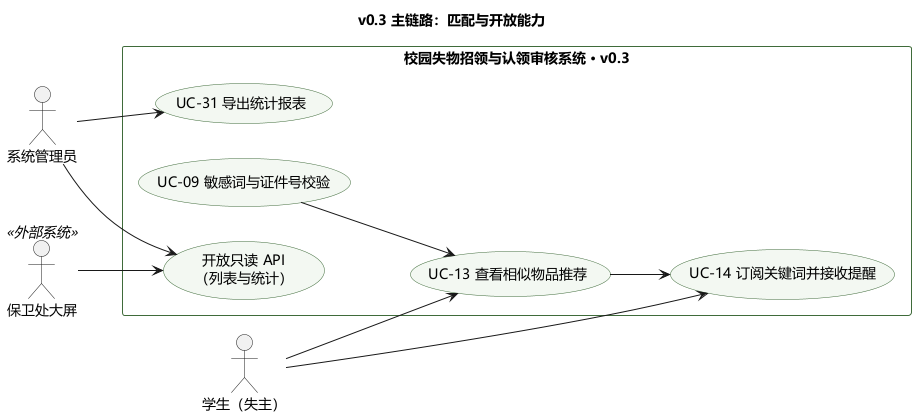
The PlantUML diagram docs/assets/usecase-v03.png in phao90016-jpg/Tongji-campus-lost-found, before a commit. Its diagram source:
```plantuml
@startuml usecase-v03
title v0.3 主链路：匹配与开放能力

skinparam shadowing false
skinparam defaultFontName "Microsoft YaHei"
skinparam usecase {
  BackgroundColor #F3F8F2
  BorderColor #3F6B3A
}
skinparam rectangle {
  BackgroundColor #FFFFFF
  BorderColor #3F6B3A
}
left to right direction

actor "学生（失主）" as STU
actor "系统管理员" as ADMIN
actor "保卫处大屏" as SCREEN <<外部系统>>

rectangle "校园失物招领与认领审核系统 · v0.3" {
  usecase "UC-13 查看相似物品推荐" as UC13
  usecase "UC-14 订阅关键词并接收提醒" as UC14
  usecase "UC-31 导出统计报表" as UC31
  usecase "UC-09 敏感词与证件号校验" as UC09
  usecase "开放只读 API\n（列表与统计）" as API
}

STU --> UC13
STU --> UC14
ADMIN --> UC31
ADMIN --> API

UC13 --> UC14
UC09 --> UC13
SCREEN --> API

@enduml
```
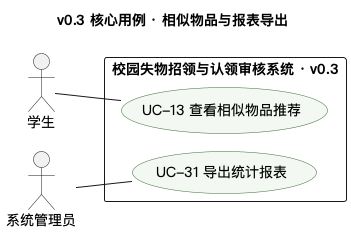
After the change.

The edit, as a diff of the source:
```diff
@@ -1,37 +1,23 @@
 @startuml usecase-v03
-title v0.3 主链路：匹配与开放能力
-
+!pragma layout smetana
+title v0.3 核心用例 · 相似物品与报表导出
+skinparam defaultFontName "PingFang SC"
 skinparam shadowing false
-skinparam defaultFontName "Microsoft YaHei"
 skinparam usecase {
   BackgroundColor #F3F8F2
   BorderColor #3F6B3A
 }
-skinparam rectangle {
-  BackgroundColor #FFFFFF
-  BorderColor #3F6B3A
-}
 left to right direction
 
-actor "学生（失主）" as STU
+
+actor "学生" as STU
 actor "系统管理员" as ADMIN
-actor "保卫处大屏" as SCREEN <<外部系统>>
 
 rectangle "校园失物招领与认领审核系统 · v0.3" {
   usecase "UC-13 查看相似物品推荐" as UC13
-  usecase "UC-14 订阅关键词并接收提醒" as UC14
   usecase "UC-31 导出统计报表" as UC31
-  usecase "UC-09 敏感词与证件号校验" as UC09
-  usecase "开放只读 API\n（列表与统计）" as API
 }
 
-STU --> UC13
-STU --> UC14
-ADMIN --> UC31
-ADMIN --> API
-
-UC13 --> UC14
-UC09 --> UC13
-SCREEN --> API
-
+STU -- UC13
+ADMIN -- UC31
 @enduml
```
